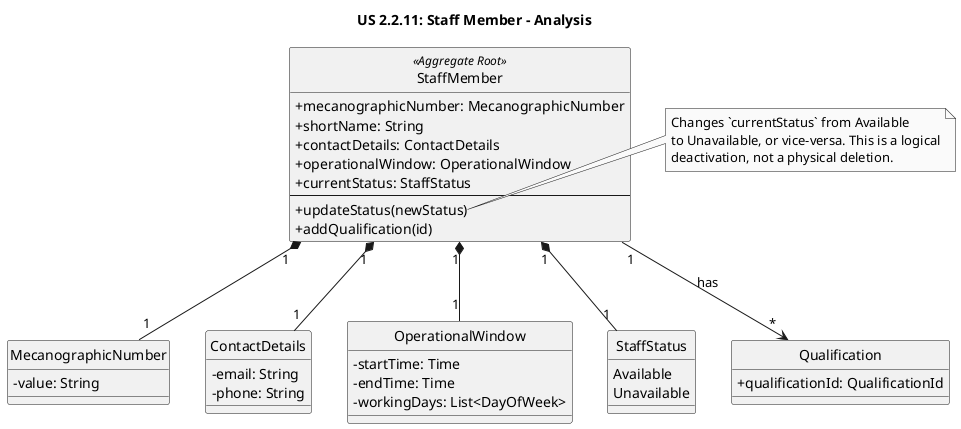
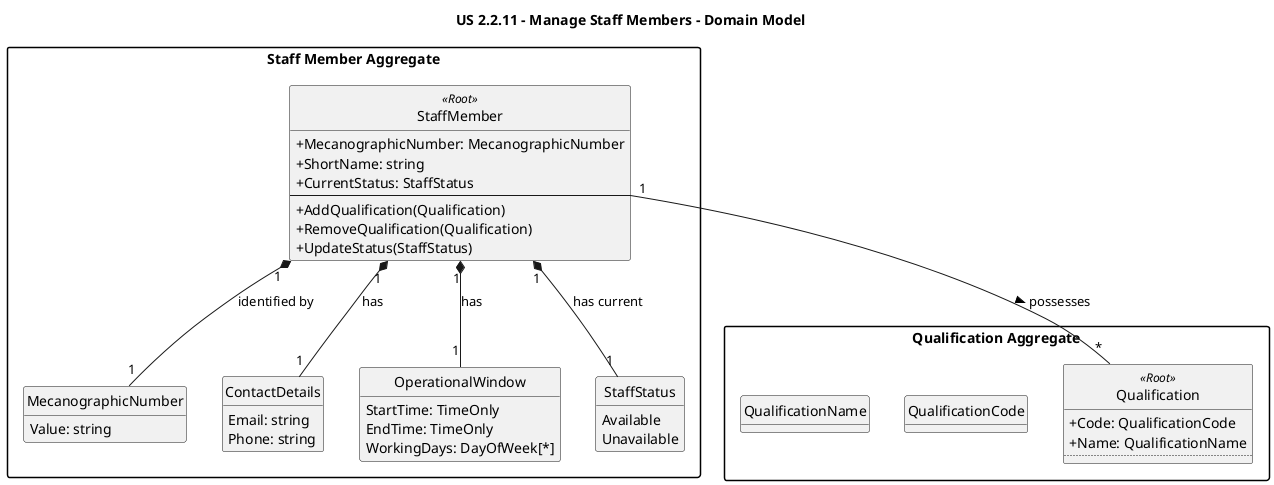
@startuml
- ' US 2.2.11: Manage Staff Members - Analysis Domain Model
- 
- title US 2.2.11: Staff Member - Analysis
+ ' US 2.2.11 - Domain Model
+ title US 2.2.11 - Manage Staff Members - Domain Model

skinparam monochrome true
skinparam packageStyle rectangle
skinparam shadowing false
skinparam classAttributeIconSize 0
hide circle
+ hide methods

- ' Aggregate Root
- class StaffMember <<(E, #FFD700) Aggregate Root>> {
-   + mecanographicNumber: MecanographicNumber
-   + shortName: String
-   + contactDetails: ContactDetails
-   + operationalWindow: OperationalWindow
-   + currentStatus: StaffStatus
-   --
-   + updateStatus(newStatus)
-   + addQualification(id)
+ package "Staff Member Aggregate" {
+     class StaffMember <<(A,orchid) Root>> {
+         +MecanographicNumber: MecanographicNumber
+         +ShortName: string
+         +CurrentStatus: StaffStatus
+         ---
+         + AddQualification(Qualification)
+         + RemoveQualification(Qualification)
+         + UpdateStatus(StaffStatus)
+     }
+ 
+     class MecanographicNumber <<(V,DarkSeaGreen)>> {
+         Value: string
+     }
+ 
+     class ContactDetails <<(V,DarkSeaGreen)>> {
+         Email: string
+         Phone: string
+     }
+ 
+     class OperationalWindow <<(V,DarkSeaGreen)>> {
+         StartTime: TimeOnly
+         EndTime: TimeOnly
+         WorkingDays: DayOfWeek[*]
+     }
+ 
+     enum StaffStatus {
+         Available
+         Unavailable
+     }
+ 
+     StaffMember "1" *-- "1" MecanographicNumber : identified by
+     StaffMember "1" *-- "1" ContactDetails : has
+     StaffMember "1" *-- "1" OperationalWindow : has
+     StaffMember "1" *-- "1" StaffStatus : has current
}

- ' Value Objects
- class MecanographicNumber <<(V, #ADD8E6)>> {
-  - value: String
- }
- class ContactDetails <<(V, #ADD8E6)>> {
-  - email: String
-  - phone: String
- }
- class OperationalWindow <<(V, #ADD8E6)>> {
-  - startTime: Time
-  - endTime: Time
-  - workingDays: List<DayOfWeek>
- }
- enum StaffStatus <<(V, #ADD8E6)>> {
-   Available
-   Unavailable
+ package "Qualification Aggregate" {
+     class Qualification <<(A,orchid) Root>> {
+         +Code: QualificationCode
+         +Name: QualificationName
+         ..
+     }
+      class QualificationCode <<(V,DarkSeaGreen)>>
+      class QualificationName <<(V,DarkSeaGreen)>>
}

- ' External Aggregate (referenced by ID)
- class Qualification <<(E, #D3D3D3)>> {
- + qualificationId: QualificationId
- }
+ ' Relationship: StaffMember holds references to Qualifications
+ StaffMember "1" -- "*" Qualification : possesses >

- 
- StaffMember "1" *-- "1" MecanographicNumber
- StaffMember "1" *-- "1" ContactDetails
- StaffMember "1" *-- "1" OperationalWindow
- StaffMember "1" *-- "1" StaffStatus
- StaffMember "1" --> "*" Qualification : "has"
- 
- note right of StaffMember::updateStatus
-   Changes `currentStatus` from Available
-   to Unavailable, or vice-versa. This is a logical
-   deactivation, not a physical deletion.
- end note
@enduml